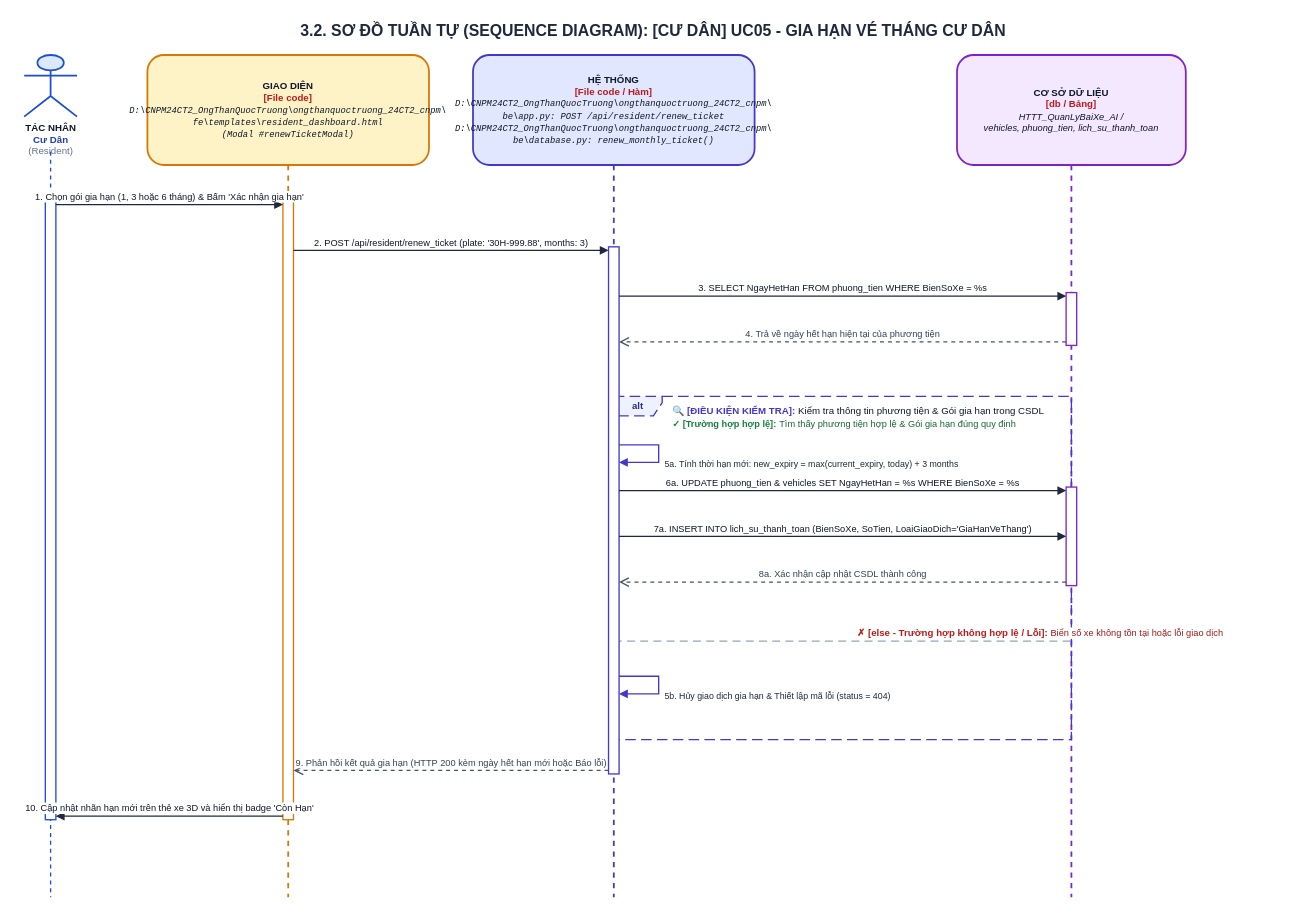
Before: ongthanquoctruong_24CT2_cnpm/docs/drawio/uc05_resident_renew_pass.drawio in Truong027/CNPM24, a draw.io diagram. Source tidied: cells renumbered, new cells numbered last; positions are measured from the earlier drawing's top-left corner, leaving out a move shared by most shapes. Both pictures are drawn from the tidied source at 88%, with x=0, y=0 at pixel (15, 15).
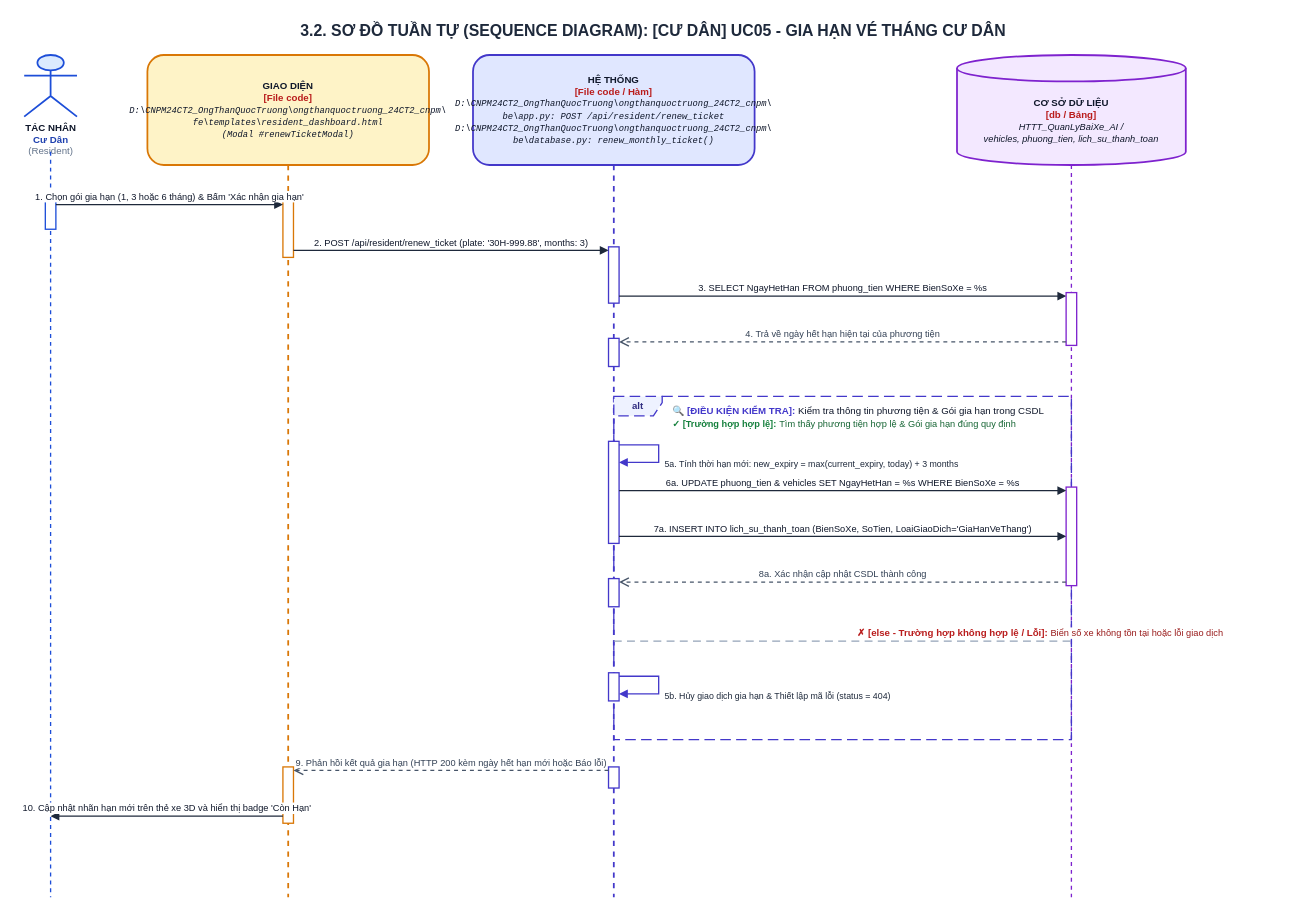
After the change.

Diff of the diagram source:
```diff
@@
+    <mxCell id="27" value="&lt;b&gt;CƠ SỞ DỮ LIỆU&lt;/b&gt;&lt;br/&gt;&lt;font color='#B91C1C'&gt;&lt;b&gt;[db / Bảng]&lt;/b&gt;&lt;/font&gt;&lt;br/&gt;&lt;font style='font-size: 10.5px;'&gt;&lt;i&gt;HTTT_QuanLyBaiXe_AI /&lt;br/&gt;vehicles, phuong_tien, lich_su_thanh_toan&lt;/i&gt;&lt;/font&gt;" style="shape=cylinder3;whiteSpace=wrap;html=1;boundedLbl=1;backgroundOutline=1;size=15;fillColor=#F3E8FF;strokeColor=#7E22CE;strokeWidth=2;fontColor=#0F172A;align=center;fontSize=11;" parent="1" vertex="1">
+      <mxGeometry x="1070" y="45" width="260" height="125" as="geometry" />
+    </mxCell>
-    <mxCell id="7" value="&lt;b&gt;CƠ SỞ DỮ LIỆU&lt;/b&gt;&lt;br/&gt;&lt;font color='#B91C1C'&gt;&lt;b&gt;[db / Bảng]&lt;/b&gt;&lt;/font&gt;&lt;br/&gt;&lt;font style='font-size: 10.5px;'&gt;&lt;i&gt;HTTT_QuanLyBaiXe_AI /&lt;br/&gt;vehicles, phuong_tien, lich_su_thanh_toan&lt;/i&gt;&lt;/font&gt;" style="shape=umlLifeline;perimeter=lifelinePerimeter;whiteSpace=wrap;html=1;size=125;fillColor=#F3E8FF;strokeColor=#7E22CE;strokeWidth=2;fontColor=#0F172A;rounded=1;shadow=0;fontSize=11;align=center;" parent="1" vertex="1">
-      <mxGeometry x="1070" y="45" width="260" height="957" as="geometry" />
+    <mxCell id="7" style="endArrow=none;dashed=1;html=1;strokeWidth=1.5;strokeColor=#7E22CE;" parent="1" edge="1">
+      <mxGeometry relative="1" as="geometry">
+        <mxPoint x="1200" y="170" as="sourcePoint" />
+        <mxPoint x="1200" y="1002" as="targetPoint" />
+      </mxGeometry>
     </mxCell>
@@
-    <mxCell id="11" style="html=1;perimeter=orthogonalPerimeter;targetShapes=umlLifeline;topToBottom=1;fillColor=#FFFFFF;strokeColor=#1D4ED8;strokeWidth=1.5;rounded=0;" parent="1" vertex="1">
-      <mxGeometry x="34" y="211" width="12" height="703" as="geometry" />
-    </mxCell>
-    <mxCell id="12" style="html=1;perimeter=orthogonalPerimeter;targetShapes=umlLifeline;topToBottom=1;fillColor=#FFFFFF;strokeColor=#D97706;strokeWidth=1.5;rounded=0;" parent="1" vertex="1">
-      <mxGeometry x="304" y="211" width="12" height="703" as="geometry" />
-    </mxCell>
-    <mxCell id="13" style="html=1;perimeter=orthogonalPerimeter;targetShapes=umlLifeline;topToBottom=1;fillColor=#FFFFFF;strokeColor=#4338CA;strokeWidth=1.5;rounded=0;" parent="1" vertex="1">
-      <mxGeometry x="674" y="263" width="12" height="599" as="geometry" />
-    </mxCell>
+    <mxCell id="28" style="html=1;perimeter=orthogonalPerimeter;targetShapes=umlLifeline;topToBottom=1;fillColor=#FFFFFF;strokeColor=#1D4ED8;strokeWidth=1.5;rounded=0;" parent="1" vertex="1">
+      <mxGeometry x="34" y="211" width="12" height="32" as="geometry" />
+    </mxCell>
+    <mxCell id="29" style="html=1;perimeter=orthogonalPerimeter;targetShapes=umlLifeline;topToBottom=1;fillColor=#FFFFFF;strokeColor=#D97706;strokeWidth=1.5;rounded=0;" parent="1" vertex="1">
+      <mxGeometry x="304" y="211" width="12" height="64" as="geometry" />
+    </mxCell>
+    <mxCell id="30" style="html=1;perimeter=orthogonalPerimeter;targetShapes=umlLifeline;topToBottom=1;fillColor=#FFFFFF;strokeColor=#D97706;strokeWidth=1.5;rounded=0;" parent="1" vertex="1">
+      <mxGeometry x="304" y="854" width="12" height="64" as="geometry" />
+    </mxCell>
+    <mxCell id="31" style="html=1;perimeter=orthogonalPerimeter;targetShapes=umlLifeline;topToBottom=1;fillColor=#FFFFFF;strokeColor=#4338CA;strokeWidth=1.5;rounded=0;" parent="1" vertex="1">
+      <mxGeometry x="674" y="263" width="12" height="64" as="geometry" />
+    </mxCell>
+    <mxCell id="32" style="html=1;perimeter=orthogonalPerimeter;targetShapes=umlLifeline;topToBottom=1;fillColor=#FFFFFF;strokeColor=#4338CA;strokeWidth=1.5;rounded=0;" parent="1" vertex="1">
+      <mxGeometry x="674" y="367" width="12" height="32" as="geometry" />
+    </mxCell>
+    <mxCell id="33" style="html=1;perimeter=orthogonalPerimeter;targetShapes=umlLifeline;topToBottom=1;fillColor=#FFFFFF;strokeColor=#4338CA;strokeWidth=1.5;rounded=0;" parent="1" vertex="1">
+      <mxGeometry x="674" y="484" width="12" height="116" as="geometry" />
+    </mxCell>
+    <mxCell id="34" style="html=1;perimeter=orthogonalPerimeter;targetShapes=umlLifeline;topToBottom=1;fillColor=#FFFFFF;strokeColor=#4338CA;strokeWidth=1.5;rounded=0;" parent="1" vertex="1">
+      <mxGeometry x="674" y="640" width="12" height="32" as="geometry" />
+    </mxCell>
+    <mxCell id="35" style="html=1;perimeter=orthogonalPerimeter;targetShapes=umlLifeline;topToBottom=1;fillColor=#FFFFFF;strokeColor=#4338CA;strokeWidth=1.5;rounded=0;" parent="1" vertex="1">
+      <mxGeometry x="674" y="747" width="12" height="32" as="geometry" />
+    </mxCell>
+    <mxCell id="36" style="html=1;perimeter=orthogonalPerimeter;targetShapes=umlLifeline;topToBottom=1;fillColor=#FFFFFF;strokeColor=#4338CA;strokeWidth=1.5;rounded=0;" parent="1" vertex="1">
+      <mxGeometry x="674" y="854" width="12" height="24" as="geometry" />
+    </mxCell>
@@
     <mxCell id="26" value="10. Cập nhật nhãn hạn mới trên thẻ xe 3D và hiển thị badge 'Còn Hạn'" style="html=1;verticalAlign=bottom;endArrow=block;rounded=0;strokeColor=#1E293B;strokeWidth=1.5;fontColor=#0F172A;fontSize=10.5;" parent="1" edge="1">
       <mxGeometry relative="1" as="geometry">
         <mxPoint x="304" y="910" as="sourcePoint" />
-        <mxPoint x="46" y="910" as="targetPoint" />
+        <mxPoint x="40" y="910" as="targetPoint" />
       </mxGeometry>
     </mxCell>
```
